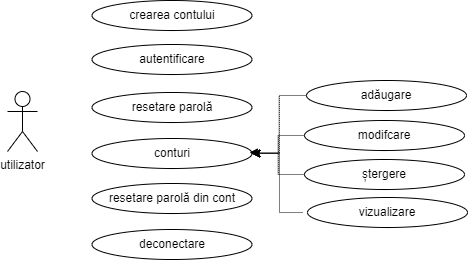
This is usecase/usecase.png from alexjircan/KeyPath, a draw.io export, as it was before one commit. Source tidied: cells renumbered, new cells last; positions are measured from the earlier drawing's top-left corner, leaving out a move shared by most shapes. Its diagram source:
```xml
<mxGraphModel>
  <root>
    <mxCell id="0" />
    <mxCell id="1" parent="0" />
    <mxCell id="2" value="utilizator" style="shape=umlActor;verticalLabelPosition=bottom;verticalAlign=top;html=1;outlineConnect=0;" parent="1" vertex="1">
      <mxGeometry y="91" width="30" height="60" as="geometry" />
    </mxCell>
    <mxCell id="3" value="conturi" style="ellipse;whiteSpace=wrap;html=1;" parent="1" vertex="1">
      <mxGeometry x="84.5" y="138" width="160" height="30" as="geometry" />
    </mxCell>
    <mxCell id="4" value="resetare parolă din cont" style="ellipse;whiteSpace=wrap;html=1;" parent="1" vertex="1">
      <mxGeometry x="84.5" y="183" width="160" height="30" as="geometry" />
    </mxCell>
    <mxCell id="5" value="resetare parolă" style="ellipse;whiteSpace=wrap;html=1;" parent="1" vertex="1">
      <mxGeometry x="84.5" y="92" width="160" height="30" as="geometry" />
    </mxCell>
    <mxCell id="6" value="autentificare" style="ellipse;whiteSpace=wrap;html=1;" parent="1" vertex="1">
      <mxGeometry x="84.5" y="44" width="160" height="30" as="geometry" />
    </mxCell>
    <mxCell id="7" value="deconectare" style="ellipse;whiteSpace=wrap;html=1;" parent="1" vertex="1">
      <mxGeometry x="84.5" y="229" width="160" height="30" as="geometry" />
    </mxCell>
    <mxCell id="8" style="edgeStyle=orthogonalEdgeStyle;rounded=0;jettySize=auto;html=1;entryX=1;entryY=0.5;entryDx=0;entryDy=0;dashed=1;dashPattern=1 1;" parent="1" edge="1" source="9" target="3">
      <mxGeometry relative="1" as="geometry" />
    </mxCell>
    <mxCell id="9" value="modifcare" style="ellipse;whiteSpace=wrap;html=1;" parent="1" vertex="1">
      <mxGeometry x="297" y="120" width="160" height="30" as="geometry" />
    </mxCell>
    <mxCell id="10" value="crearea contului" style="ellipse;whiteSpace=wrap;html=1;" parent="1" vertex="1">
      <mxGeometry x="84.5" width="160" height="30" as="geometry" />
    </mxCell>
    <mxCell id="11" style="edgeStyle=orthogonalEdgeStyle;rounded=0;jettySize=auto;html=1;dashed=1;dashPattern=1 1;entryX=1;entryY=0.5;entryDx=0;entryDy=0;" parent="1" edge="1" source="12" target="3">
      <mxGeometry relative="1" as="geometry" />
    </mxCell>
    <mxCell id="12" value="ștergere" style="ellipse;whiteSpace=wrap;html=1;" parent="1" vertex="1">
      <mxGeometry x="297" y="159" width="160" height="30" as="geometry" />
    </mxCell>
    <mxCell id="13" style="edgeStyle=orthogonalEdgeStyle;rounded=0;orthogonalLoop=1;jettySize=auto;html=1;dashed=1;dashPattern=1 1;" parent="1" edge="1">
      <mxGeometry x="-0.08" y="-10" relative="1" as="geometry">
        <mxPoint x="295" y="212" as="sourcePoint" />
        <mxPoint x="242" y="152" as="targetPoint" />
        <Array as="points">
          <mxPoint x="272" y="212" />
          <mxPoint x="272" y="152" />
        </Array>
      </mxGeometry>
    </mxCell>
    <mxCell id="14" value="vizualizare" style="ellipse;whiteSpace=wrap;html=1;" parent="1" vertex="1">
      <mxGeometry x="300" y="197" width="160" height="30" as="geometry" />
    </mxCell>
    <mxCell id="15" style="edgeStyle=orthogonalEdgeStyle;rounded=0;jettySize=auto;html=1;entryX=1;entryY=0.5;entryDx=0;entryDy=0;dashed=1;dashPattern=1 1;" parent="1" edge="1" source="16" target="3">
      <mxGeometry relative="1" as="geometry" />
    </mxCell>
    <mxCell id="16" value="adăugare" style="ellipse;whiteSpace=wrap;html=1;" parent="1" vertex="1">
      <mxGeometry x="299" y="80" width="160" height="30" as="geometry" />
    </mxCell>
  </root>
</mxGraphModel>
```
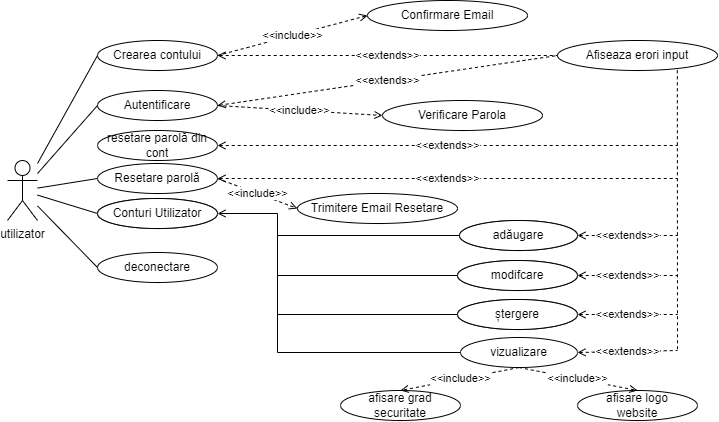
The same file after the commit.

Commit message:
update use case

The edit, as a diff of the source:
```diff
@@ -3,56 +3,161 @@
     <mxCell id="0" />
     <mxCell id="1" parent="0" />
     <mxCell id="2" value="utilizator" style="shape=umlActor;verticalLabelPosition=bottom;verticalAlign=top;html=1;outlineConnect=0;" parent="1" vertex="1">
-      <mxGeometry y="91" width="30" height="60" as="geometry" />
+      <mxGeometry x="-153" y="90" width="30" height="60" as="geometry" />
     </mxCell>
-    <mxCell id="3" value="conturi" style="ellipse;whiteSpace=wrap;html=1;" parent="1" vertex="1">
-      <mxGeometry x="84.5" y="138" width="160" height="30" as="geometry" />
+    <mxCell id="3" value="Conturi Utilizator" style="ellipse;whiteSpace=wrap;html=1;" parent="1" vertex="1">
+      <mxGeometry x="-63" y="128" width="120" height="30" as="geometry" />
     </mxCell>
     <mxCell id="4" value="resetare parolă din cont" style="ellipse;whiteSpace=wrap;html=1;" parent="1" vertex="1">
-      <mxGeometry x="84.5" y="183" width="160" height="30" as="geometry" />
+      <mxGeometry x="-63" y="60" width="120" height="30" as="geometry" />
     </mxCell>
-    <mxCell id="5" value="resetare parolă" style="ellipse;whiteSpace=wrap;html=1;" parent="1" vertex="1">
-      <mxGeometry x="84.5" y="92" width="160" height="30" as="geometry" />
+    <mxCell id="5" value="Resetare parolă" style="ellipse;whiteSpace=wrap;html=1;" parent="1" vertex="1">
+      <mxGeometry x="-63" y="93" width="120" height="30" as="geometry" />
     </mxCell>
-    <mxCell id="6" value="autentificare" style="ellipse;whiteSpace=wrap;html=1;" parent="1" vertex="1">
-      <mxGeometry x="84.5" y="44" width="160" height="30" as="geometry" />
+    <mxCell id="6" value="Afiseaza erori input" style="ellipse;whiteSpace=wrap;html=1;" parent="1" vertex="1">
+      <mxGeometry x="397" y="-30" width="160" height="30" as="geometry" />
     </mxCell>
     <mxCell id="7" value="deconectare" style="ellipse;whiteSpace=wrap;html=1;" parent="1" vertex="1">
-      <mxGeometry x="84.5" y="229" width="160" height="30" as="geometry" />
+      <mxGeometry x="-63" y="182" width="120" height="30" as="geometry" />
     </mxCell>
-    <mxCell id="8" style="edgeStyle=orthogonalEdgeStyle;rounded=0;jettySize=auto;html=1;entryX=1;entryY=0.5;entryDx=0;entryDy=0;dashed=1;dashPattern=1 1;" parent="1" edge="1" source="9" target="3">
-      <mxGeometry relative="1" as="geometry" />
-    </mxCell>
     <mxCell id="9" value="modifcare" style="ellipse;whiteSpace=wrap;html=1;" parent="1" vertex="1">
-      <mxGeometry x="297" y="120" width="160" height="30" as="geometry" />
+      <mxGeometry x="297" y="190" width="120" height="30" as="geometry" />
     </mxCell>
-    <mxCell id="10" value="crearea contului" style="ellipse;whiteSpace=wrap;html=1;" parent="1" vertex="1">
-      <mxGeometry x="84.5" width="160" height="30" as="geometry" />
+    <mxCell id="10" value="Crearea contului" style="ellipse;whiteSpace=wrap;html=1;" parent="1" vertex="1">
+      <mxGeometry x="-63" y="-30" width="120" height="30" as="geometry" />
     </mxCell>
-    <mxCell id="11" style="edgeStyle=orthogonalEdgeStyle;rounded=0;jettySize=auto;html=1;dashed=1;dashPattern=1 1;entryX=1;entryY=0.5;entryDx=0;entryDy=0;" parent="1" edge="1" source="12" target="3">
-      <mxGeometry relative="1" as="geometry" />
-    </mxCell>
     <mxCell id="12" value="ștergere" style="ellipse;whiteSpace=wrap;html=1;" parent="1" vertex="1">
-      <mxGeometry x="297" y="159" width="160" height="30" as="geometry" />
+      <mxGeometry x="297" y="229" width="120" height="30" as="geometry" />
     </mxCell>
-    <mxCell id="13" style="edgeStyle=orthogonalEdgeStyle;rounded=0;orthogonalLoop=1;jettySize=auto;html=1;dashed=1;dashPattern=1 1;" parent="1" edge="1">
-      <mxGeometry x="-0.08" y="-10" relative="1" as="geometry">
-        <mxPoint x="295" y="212" as="sourcePoint" />
-        <mxPoint x="242" y="152" as="targetPoint" />
-        <Array as="points">
-          <mxPoint x="272" y="212" />
-          <mxPoint x="272" y="152" />
-        </Array>
-      </mxGeometry>
-    </mxCell>
     <mxCell id="14" value="vizualizare" style="ellipse;whiteSpace=wrap;html=1;" parent="1" vertex="1">
-      <mxGeometry x="300" y="197" width="160" height="30" as="geometry" />
+      <mxGeometry x="300" y="267" width="117" height="30" as="geometry" />
     </mxCell>
-    <mxCell id="15" style="edgeStyle=orthogonalEdgeStyle;rounded=0;jettySize=auto;html=1;entryX=1;entryY=0.5;entryDx=0;entryDy=0;dashed=1;dashPattern=1 1;" parent="1" edge="1" source="16" target="3">
-      <mxGeometry relative="1" as="geometry" />
-    </mxCell>
     <mxCell id="16" value="adăugare" style="ellipse;whiteSpace=wrap;html=1;" parent="1" vertex="1">
-      <mxGeometry x="299" y="80" width="160" height="30" as="geometry" />
+      <mxGeometry x="299" y="150" width="118" height="30" as="geometry" />
     </mxCell>
+    <mxCell id="17" style="endArrow=none;html=1;rounded=0;entryX=0;entryY=0.5;entryDx=0;entryDy=0;" parent="1" edge="1" source="2" target="10">
+      <mxGeometry relative="1" as="geometry" />
+    </mxCell>
+    <mxCell id="18" value="&amp;lt;&amp;lt;include&amp;gt;&amp;gt;" style="endArrow=open;dashed=1;html=1;rounded=0;exitX=1;exitY=0.5;exitDx=0;exitDy=0;endFill=0;entryX=0;entryY=0.5;entryDx=0;entryDy=0;" parent="1" edge="1" source="10" target="19">
+      <mxGeometry relative="1" as="geometry" />
+    </mxCell>
+    <mxCell id="19" value="Confirmare Email" style="ellipse;whiteSpace=wrap;html=1;" parent="1" vertex="1">
+      <mxGeometry x="207" y="-70" width="160" height="30" as="geometry" />
+    </mxCell>
+    <mxCell id="20" value="&amp;lt;&amp;lt;extends&amp;gt;&amp;gt;" style="endArrow=none;dashed=1;html=1;rounded=0;exitX=1;exitY=0.5;exitDx=0;exitDy=0;endFill=0;entryX=0;entryY=0.5;entryDx=0;entryDy=0;startArrow=open;startFill=0;" parent="1" edge="1" source="10" target="6">
+      <mxGeometry relative="1" as="geometry" />
+    </mxCell>
+    <mxCell id="21" style="endArrow=none;html=1;rounded=0;entryX=0;entryY=0.5;entryDx=0;entryDy=0;" parent="1" edge="1" source="2" target="5">
+      <mxGeometry relative="1" as="geometry" />
+    </mxCell>
+    <mxCell id="22" value="&amp;lt;&amp;lt;include&amp;gt;&amp;gt;" style="endArrow=open;dashed=1;html=1;rounded=0;exitX=1;exitY=0.5;exitDx=0;exitDy=0;endFill=0;entryX=0;entryY=0.5;entryDx=0;entryDy=0;" parent="1" edge="1" source="5" target="23">
+      <mxGeometry relative="1" as="geometry" />
+    </mxCell>
+    <mxCell id="23" value="Trimitere Email Resetare" style="ellipse;whiteSpace=wrap;html=1;" parent="1" vertex="1">
+      <mxGeometry x="137" y="123" width="160" height="30" as="geometry" />
+    </mxCell>
+    <mxCell id="24" value="Autentificare" style="ellipse;whiteSpace=wrap;html=1;" parent="1" vertex="1">
+      <mxGeometry x="-63" y="20" width="120" height="30" as="geometry" />
+    </mxCell>
+    <mxCell id="25" style="endArrow=none;html=1;rounded=0;entryX=0;entryY=0.5;entryDx=0;entryDy=0;" parent="1" edge="1" source="2" target="24">
+      <mxGeometry relative="1" as="geometry" />
+    </mxCell>
+    <mxCell id="26" value="&amp;lt;&amp;lt;include&amp;gt;&amp;gt;" style="endArrow=open;dashed=1;html=1;rounded=0;exitX=1;exitY=0.5;exitDx=0;exitDy=0;endFill=0;entryX=0;entryY=0.5;entryDx=0;entryDy=0;" parent="1" edge="1" source="24" target="27">
+      <mxGeometry relative="1" as="geometry" />
+    </mxCell>
+    <mxCell id="27" value="Verificare Parola" style="ellipse;whiteSpace=wrap;html=1;" parent="1" vertex="1">
+      <mxGeometry x="222" y="30" width="160" height="30" as="geometry" />
+    </mxCell>
+    <mxCell id="28" style="endArrow=none;html=1;rounded=0;entryX=0;entryY=0.5;entryDx=0;entryDy=0;" parent="1" edge="1" source="2" target="3">
+      <mxGeometry relative="1" as="geometry" />
+    </mxCell>
+    <mxCell id="29" value="&amp;lt;&amp;lt;extends&amp;gt;&amp;gt;" style="endArrow=none;dashed=1;html=1;rounded=0;exitX=1;exitY=0.5;exitDx=0;exitDy=0;endFill=0;entryX=0;entryY=0.5;entryDx=0;entryDy=0;startArrow=open;startFill=0;" parent="1" edge="1" source="24" target="6">
+      <mxGeometry relative="1" as="geometry" />
+    </mxCell>
+    <mxCell id="30" value="&amp;lt;&amp;lt;extends&amp;gt;&amp;gt;" style="endArrow=none;dashed=1;html=1;rounded=0;exitX=1;exitY=0.5;exitDx=0;exitDy=0;endFill=0;startArrow=open;startFill=0;" parent="1" edge="1" source="9">
+      <mxGeometry relative="1" as="geometry">
+        <mxPoint x="517" y="205" as="targetPoint" />
+      </mxGeometry>
+    </mxCell>
+    <mxCell id="31" value="&amp;lt;&amp;lt;extends&amp;gt;&amp;gt;" style="endArrow=none;dashed=1;html=1;rounded=0;exitX=1;exitY=0.5;exitDx=0;exitDy=0;endFill=0;startArrow=open;startFill=0;" parent="1" edge="1" source="12">
+      <mxGeometry relative="1" as="geometry">
+        <mxPoint x="517" y="244" as="targetPoint" />
+      </mxGeometry>
+    </mxCell>
+    <mxCell id="32" value="&amp;lt;&amp;lt;extends&amp;gt;&amp;gt;" style="endArrow=none;dashed=1;html=1;rounded=0;exitX=1;exitY=0.5;exitDx=0;exitDy=0;endFill=0;startArrow=open;startFill=0;" parent="1" edge="1" source="14">
+      <mxGeometry relative="1" as="geometry">
+        <mxPoint x="517" y="280" as="targetPoint" />
+      </mxGeometry>
+    </mxCell>
+    <mxCell id="33" value="&amp;lt;&amp;lt;extends&amp;gt;&amp;gt;" style="endArrow=none;dashed=1;html=1;rounded=0;exitX=1;exitY=0.5;exitDx=0;exitDy=0;endFill=0;startArrow=open;startFill=0;" parent="1" edge="1" source="16">
+      <mxGeometry relative="1" as="geometry">
+        <mxPoint x="517" y="165" as="targetPoint" />
+      </mxGeometry>
+    </mxCell>
+    <mxCell id="34" style="endArrow=none;dashed=1;html=1;rounded=0;exitX=0.749;exitY=0.992;exitDx=0;exitDy=0;endFill=0;startArrow=none;startFill=0;exitPerimeter=0;" parent="1" edge="1" source="6">
+      <mxGeometry relative="1" as="geometry">
+        <mxPoint x="517" y="280" as="targetPoint" />
+      </mxGeometry>
+    </mxCell>
+    <mxCell id="35" value="Conturi Utilizator" style="ellipse;whiteSpace=wrap;html=1;" parent="1" vertex="1">
+      <mxGeometry x="-63" y="128" width="120" height="30" as="geometry" />
+    </mxCell>
+    <mxCell id="36" value="adăugare" style="ellipse;whiteSpace=wrap;html=1;" parent="1" vertex="1">
+      <mxGeometry x="299" y="150" width="118" height="30" as="geometry" />
+    </mxCell>
+    <mxCell id="37" value="modifcare" style="ellipse;whiteSpace=wrap;html=1;" parent="1" vertex="1">
+      <mxGeometry x="297" y="190" width="120" height="30" as="geometry" />
+    </mxCell>
+    <mxCell id="38" value="ștergere" style="ellipse;whiteSpace=wrap;html=1;" parent="1" vertex="1">
+      <mxGeometry x="297" y="229" width="120" height="30" as="geometry" />
+    </mxCell>
+    <mxCell id="39" value="&amp;lt;&amp;lt;extends&amp;gt;&amp;gt;" style="endArrow=none;dashed=1;html=1;rounded=0;exitX=1;exitY=0.5;exitDx=0;exitDy=0;endFill=0;startArrow=open;startFill=0;" parent="1" edge="1" source="4">
+      <mxGeometry relative="1" as="geometry">
+        <mxPoint x="517" y="75" as="targetPoint" />
+      </mxGeometry>
+    </mxCell>
+    <mxCell id="40" value="&amp;lt;&amp;lt;extends&amp;gt;&amp;gt;" style="endArrow=none;dashed=1;html=1;rounded=0;exitX=1;exitY=0.5;exitDx=0;exitDy=0;endFill=0;startArrow=open;startFill=0;" parent="1" edge="1" source="5">
+      <mxGeometry relative="1" as="geometry">
+        <mxPoint x="517" y="108" as="targetPoint" />
+      </mxGeometry>
+    </mxCell>
+    <mxCell id="41" style="endArrow=none;html=1;rounded=0;entryX=0;entryY=0.5;entryDx=0;entryDy=0;" parent="1" edge="1" source="2" target="7">
+      <mxGeometry relative="1" as="geometry" />
+    </mxCell>
+    <mxCell id="42" value="afisare grad securitate" style="ellipse;whiteSpace=wrap;html=1;" parent="1" vertex="1">
+      <mxGeometry x="180" y="320" width="120" height="30" as="geometry" />
+    </mxCell>
+    <mxCell id="43" style="endArrow=none;html=1;rounded=0;entryX=0;entryY=0.5;entryDx=0;entryDy=0;exitX=1;exitY=0.5;exitDx=0;exitDy=0;startArrow=open;startFill=0;" parent="1" edge="1" source="35" target="14">
+      <mxGeometry relative="1" as="geometry">
+        <Array as="points">
+          <mxPoint x="117" y="143" />
+          <mxPoint x="117" y="282" />
+        </Array>
+      </mxGeometry>
+    </mxCell>
+    <mxCell id="44" style="endArrow=none;html=1;rounded=0;entryX=0;entryY=0.5;entryDx=0;entryDy=0;" parent="1" edge="1" target="38">
+      <mxGeometry relative="1" as="geometry">
+        <mxPoint x="117" y="244" as="sourcePoint" />
+      </mxGeometry>
+    </mxCell>
+    <mxCell id="45" style="endArrow=none;html=1;rounded=0;entryX=0;entryY=0.5;entryDx=0;entryDy=0;" parent="1" edge="1" target="37">
+      <mxGeometry relative="1" as="geometry">
+        <mxPoint x="117" y="205" as="sourcePoint" />
+      </mxGeometry>
+    </mxCell>
+    <mxCell id="46" style="endArrow=none;html=1;rounded=0;entryX=0;entryY=0.5;entryDx=0;entryDy=0;" parent="1" edge="1" target="36">
+      <mxGeometry relative="1" as="geometry">
+        <mxPoint x="117" y="165" as="sourcePoint" />
+      </mxGeometry>
+    </mxCell>
+    <mxCell id="47" value="&amp;lt;&amp;lt;include&amp;gt;&amp;gt;" style="endArrow=open;dashed=1;html=1;rounded=0;endFill=0;exitX=0.5;exitY=1;exitDx=0;exitDy=0;entryX=0.5;entryY=0;entryDx=0;entryDy=0;" parent="1" edge="1" source="14" target="42">
+      <mxGeometry relative="1" as="geometry" />
+    </mxCell>
+    <mxCell id="48" value="afisare logo&lt;br&gt;website" style="ellipse;whiteSpace=wrap;html=1;" parent="1" vertex="1">
+      <mxGeometry x="417" y="320" width="120" height="30" as="geometry" />
+    </mxCell>
+    <mxCell id="49" value="&amp;lt;&amp;lt;include&amp;gt;&amp;gt;" style="endArrow=open;dashed=1;html=1;rounded=0;endFill=0;exitX=0.5;exitY=1;exitDx=0;exitDy=0;entryX=0.5;entryY=0;entryDx=0;entryDy=0;" parent="1" edge="1" source="14" target="48">
+      <mxGeometry relative="1" as="geometry" />
+    </mxCell>
   </root>
 </mxGraphModel>
```
